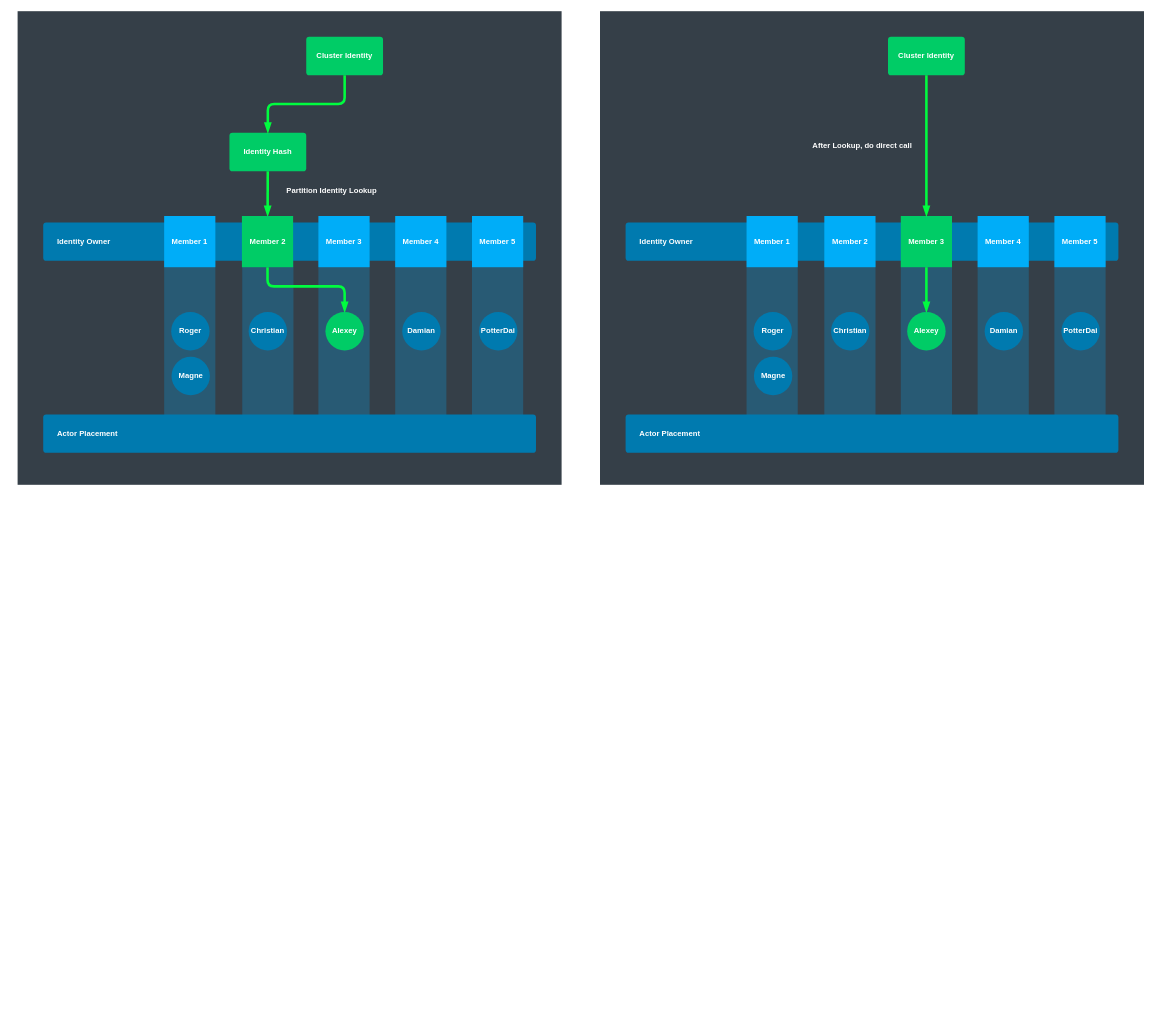
The draw.io diagram page "Lookup" (10 of 13) of hugo/content/docs/cluster/intro/clusterintro.drawio in asynkron/protoactor-website, before the edit. Source tidied: cells renumbered, new cells numbered last; positions are measured from the earlier drawing's top-left corner, leaving out a move shared by most shapes. Both pictures are drawn from the tidied source at 64%, with x=0, y=0 at pixel (17, 11).
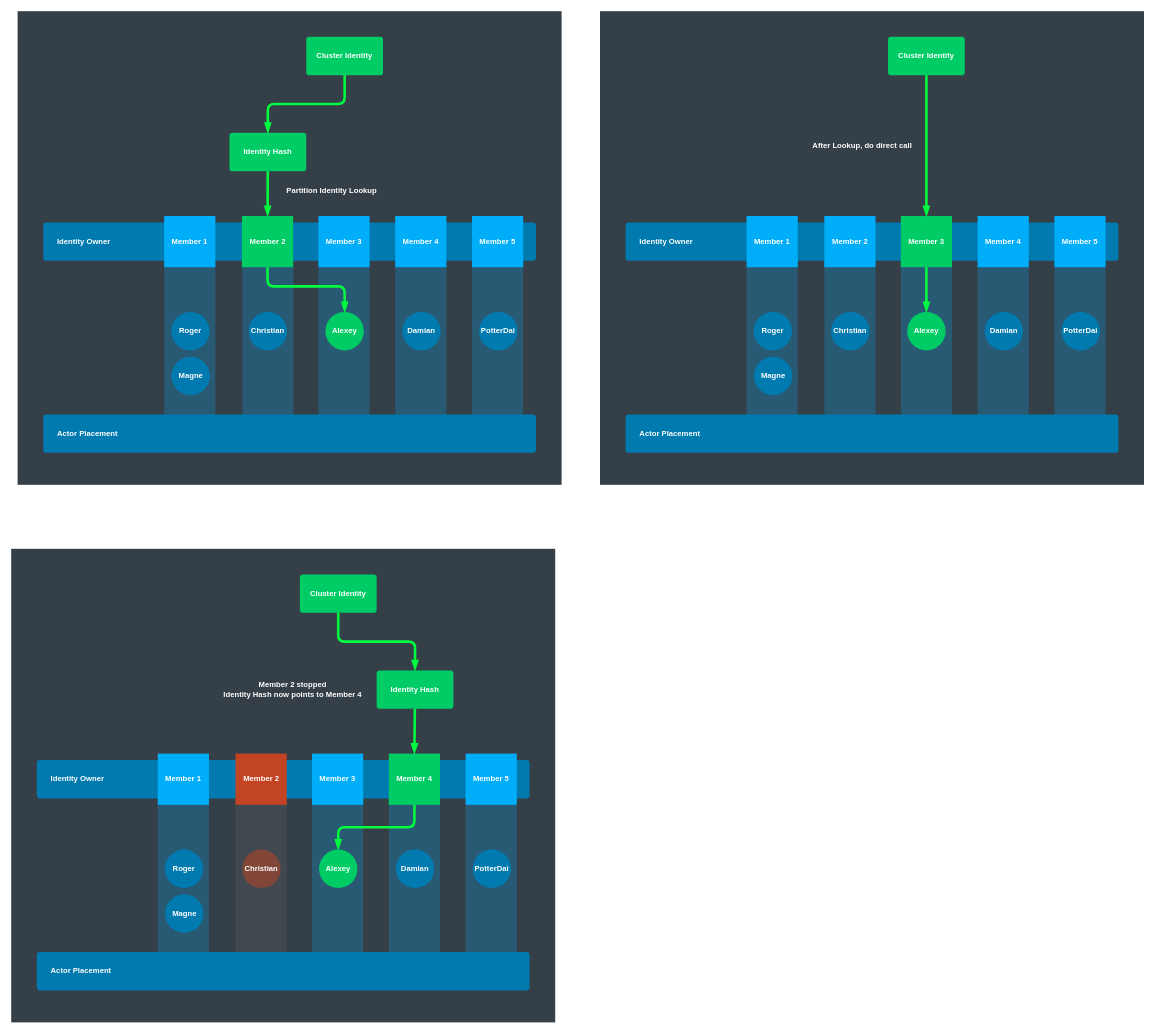
The same page after the edit.

Change to the diagram source:
```diff
@@
+    <mxCell id="50" style="rounded=0;whiteSpace=wrap;html=1;fontColor=#FFFFFF;strokeColor=none;fillColor=#353F48;" parent="1" vertex="1">
+      <mxGeometry x="-10" y="840" width="850" height="740" as="geometry" />
+    </mxCell>
+    <mxCell id="51" style="rounded=1;whiteSpace=wrap;html=1;strokeColor=none;fontStyle=1;fontColor=#FFFFFF;fillColor=#00ADF8;arcSize=0;fillOpacity=25;" parent="1" vertex="1">
+      <mxGeometry x="219" y="1220" width="80" height="270" as="geometry" />
+    </mxCell>
+    <mxCell id="52" style="rounded=1;whiteSpace=wrap;html=1;strokeColor=none;fontStyle=1;fontColor=#FFFFFF;arcSize=0;fillOpacity=25;fillColor=#666666;" parent="1" vertex="1">
+      <mxGeometry x="340.5" y="1230" width="80" height="270" as="geometry" />
+    </mxCell>
+    <mxCell id="53" style="rounded=1;whiteSpace=wrap;html=1;strokeColor=none;fontStyle=1;fontColor=#FFFFFF;fillColor=#00ADF8;arcSize=0;fillOpacity=25;" parent="1" vertex="1">
+      <mxGeometry x="460" y="1205" width="80" height="270" as="geometry" />
+    </mxCell>
+    <mxCell id="54" style="rounded=1;whiteSpace=wrap;html=1;strokeColor=none;fontStyle=1;fontColor=#FFFFFF;fillColor=#00ADF8;arcSize=0;fillOpacity=25;" parent="1" vertex="1">
+      <mxGeometry x="580" y="1205" width="80" height="270" as="geometry" />
+    </mxCell>
+    <mxCell id="55" style="rounded=1;whiteSpace=wrap;html=1;strokeColor=none;fontStyle=1;fontColor=#FFFFFF;fillColor=#00ADF8;arcSize=0;fillOpacity=25;" parent="1" vertex="1">
+      <mxGeometry x="700" y="1220" width="80" height="270" as="geometry" />
+    </mxCell>
+    <mxCell id="56" value="Actor Placement" style="rounded=1;whiteSpace=wrap;html=1;fontStyle=1;strokeColor=none;fontColor=#FFFFFF;fillColor=#007AAF;arcSize=8;align=left;spacingLeft=20;" parent="1" vertex="1">
+      <mxGeometry x="30" y="1470" width="770" height="60" as="geometry" />
+    </mxCell>
+    <mxCell id="57" value="Identity Owner" style="rounded=1;whiteSpace=wrap;html=1;fontStyle=1;strokeColor=none;fontColor=#FFFFFF;fillColor=#007AAF;arcSize=8;align=left;spacingLeft=20;" parent="1" vertex="1">
+      <mxGeometry x="30" y="1170" width="770" height="60" as="geometry" />
+    </mxCell>
+    <mxCell id="58" value="Member 1" style="rounded=1;whiteSpace=wrap;html=1;strokeColor=none;fontStyle=1;fontColor=#FFFFFF;fillColor=#00ADF8;arcSize=0;" parent="1" vertex="1">
+      <mxGeometry x="219" y="1160" width="80" height="80" as="geometry" />
+    </mxCell>
+    <mxCell id="59" value="Member 3" style="rounded=1;whiteSpace=wrap;html=1;strokeColor=none;fontStyle=1;fontColor=#FFFFFF;fillColor=#00ADF8;arcSize=0;" parent="1" vertex="1">
+      <mxGeometry x="460" y="1160" width="80" height="80" as="geometry" />
+    </mxCell>
+    <mxCell id="60" style="edgeStyle=orthogonalEdgeStyle;rounded=1;sketch=0;jumpStyle=none;jettySize=auto;html=1;exitX=0.5;exitY=1;exitDx=0;exitDy=0;entryX=0.5;entryY=0;entryDx=0;entryDy=0;shadow=0;endArrow=blockThin;endFill=1;strokeColor=#00FC3F;strokeWidth=4;fontColor=#FFFFFF;" parent="1" edge="1" source="61" target="65">
+      <mxGeometry relative="1" as="geometry" />
+    </mxCell>
+    <mxCell id="61" value="&lt;span&gt;Member 4&lt;/span&gt;" style="rounded=1;whiteSpace=wrap;html=1;strokeColor=none;fontStyle=1;fontColor=#FFFFFF;arcSize=0;fillColor=#00CC66;" parent="1" vertex="1">
+      <mxGeometry x="580" y="1160" width="80" height="80" as="geometry" />
+    </mxCell>
+    <mxCell id="62" value="Member 5" style="rounded=1;whiteSpace=wrap;html=1;strokeColor=none;fontStyle=1;fontColor=#FFFFFF;fillColor=#00ADF8;arcSize=0;" parent="1" vertex="1">
+      <mxGeometry x="700" y="1160" width="80" height="80" as="geometry" />
+    </mxCell>
+    <mxCell id="63" value="Roger" style="ellipse;whiteSpace=wrap;html=1;strokeWidth=3;fontColor=#FFFFFF;fontStyle=1;strokeColor=none;fillColor=#007AAF;perimeterSpacing=10;" parent="1" vertex="1">
+      <mxGeometry x="230" y="1310" width="60" height="60" as="geometry" />
+    </mxCell>
+    <mxCell id="64" value="Magne" style="ellipse;whiteSpace=wrap;html=1;strokeWidth=3;fontColor=#FFFFFF;fontStyle=1;strokeColor=none;fillColor=#007AAF;perimeterSpacing=10;" parent="1" vertex="1">
+      <mxGeometry x="230.5" y="1380" width="60" height="60" as="geometry" />
+    </mxCell>
+    <mxCell id="65" value="Alexey" style="ellipse;whiteSpace=wrap;html=1;strokeWidth=3;fontColor=#FFFFFF;fontStyle=1;strokeColor=none;perimeterSpacing=0;fillColor=#00CC66;" parent="1" vertex="1">
+      <mxGeometry x="471" y="1310" width="60" height="60" as="geometry" />
+    </mxCell>
+    <mxCell id="66" value="Christian" style="ellipse;whiteSpace=wrap;html=1;strokeWidth=3;fontColor=#FFFFFF;fontStyle=1;strokeColor=none;perimeterSpacing=10;fillColor=#C34423;fillOpacity=50;" parent="1" vertex="1">
+      <mxGeometry x="351" y="1310" width="60" height="60" as="geometry" />
+    </mxCell>
+    <mxCell id="67" value="Damian" style="ellipse;whiteSpace=wrap;html=1;strokeWidth=3;fontColor=#FFFFFF;fontStyle=1;strokeColor=none;fillColor=#007AAF;perimeterSpacing=10;" parent="1" vertex="1">
+      <mxGeometry x="591" y="1310" width="60" height="60" as="geometry" />
+    </mxCell>
+    <mxCell id="68" value="PotterDai" style="ellipse;whiteSpace=wrap;html=1;strokeWidth=3;fontColor=#FFFFFF;fontStyle=1;strokeColor=none;fillColor=#007AAF;perimeterSpacing=10;" parent="1" vertex="1">
+      <mxGeometry x="711" y="1310" width="60" height="60" as="geometry" />
+    </mxCell>
+    <mxCell id="69" style="rounded=1;sketch=0;jettySize=auto;html=1;shadow=0;endArrow=blockThin;endFill=1;strokeColor=#00FC3F;strokeWidth=4;fontColor=#FFFFFF;jumpStyle=none;entryX=0.5;entryY=0;entryDx=0;entryDy=0;" parent="1" edge="1" source="70" target="61">
+      <mxGeometry relative="1" as="geometry" />
+    </mxCell>
+    <mxCell id="70" value="Identity Hash" style="rounded=1;whiteSpace=wrap;html=1;fontStyle=1;strokeColor=none;fontColor=#FFFFFF;arcSize=8;fillColor=#00CC66;perimeterSpacing=0;" parent="1" vertex="1">
+      <mxGeometry x="561" y="1030" width="120" height="60" as="geometry" />
+    </mxCell>
+    <mxCell id="71" style="edgeStyle=orthogonalEdgeStyle;sketch=0;jettySize=auto;html=1;entryX=0.5;entryY=0;entryDx=0;entryDy=0;shadow=0;endArrow=blockThin;endFill=1;strokeColor=#00FC3F;strokeWidth=4;fontColor=#FFFFFF;" parent="1" edge="1" source="72" target="70">
+      <mxGeometry relative="1" as="geometry" />
+    </mxCell>
+    <mxCell id="72" value="Cluster Identity" style="rounded=1;whiteSpace=wrap;html=1;fontStyle=1;strokeColor=none;fontColor=#FFFFFF;arcSize=8;fillColor=#00CC66;perimeterSpacing=0;" parent="1" vertex="1">
+      <mxGeometry x="441" y="880" width="120" height="60" as="geometry" />
+    </mxCell>
+    <mxCell id="73" value="Member 2" style="rounded=1;whiteSpace=wrap;html=1;fontStyle=1;fontColor=#FFFFFF;arcSize=0;strokeWidth=7;strokeColor=none;perimeterSpacing=0;fillColor=#C34423;" parent="1" vertex="1">
+      <mxGeometry x="340.5" y="1160" width="80" height="80" as="geometry" />
+    </mxCell>
+    <mxCell id="74" value="Member 2 stopped&lt;br&gt;Identity Hash now points to Member 4" style="text;html=1;strokeColor=none;fillColor=none;align=center;verticalAlign=middle;whiteSpace=wrap;rounded=0;fontColor=#FFFFFF;fontStyle=1;" parent="1" vertex="1">
+      <mxGeometry x="310" y="1050" width="240" height="20" as="geometry" />
+    </mxCell>
```
